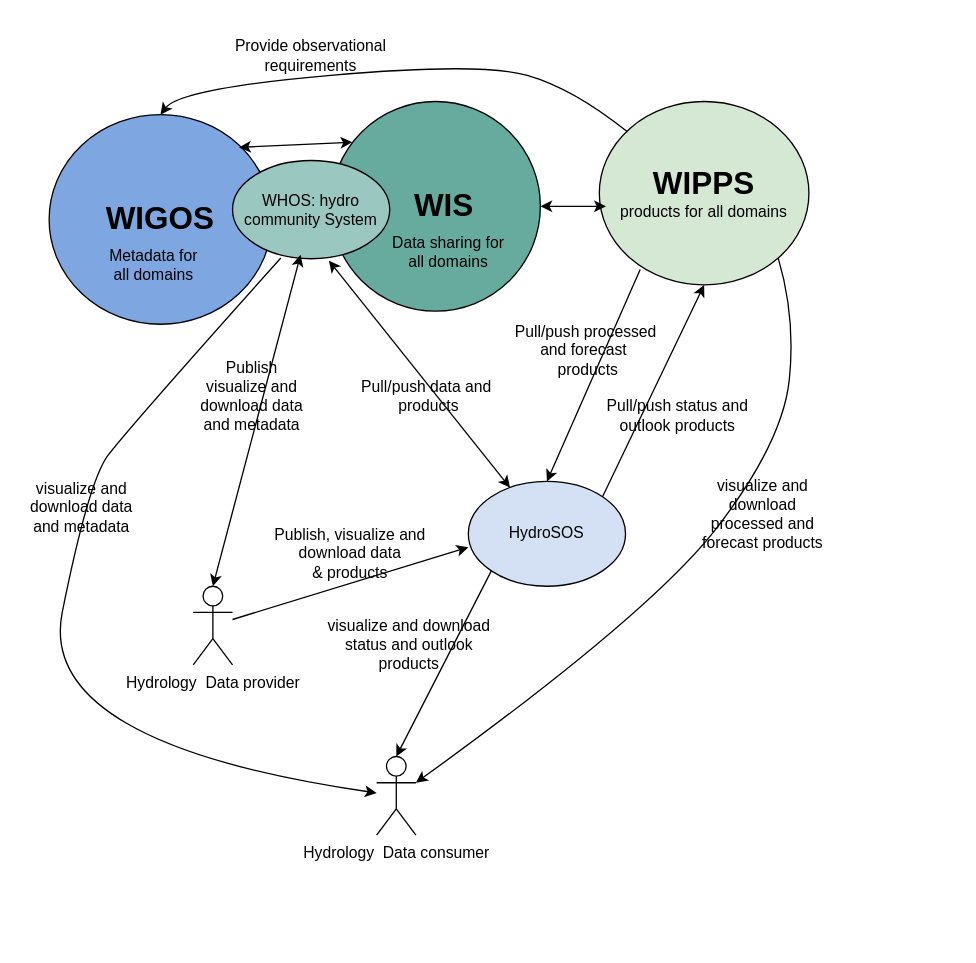
Before: page "WHOS as full part of WMO System_Yirgalem" (1 of 8) of whos-architecture/WHOS New.drawio in wmo-im/tt-w4h, a draw.io diagram. Source tidied: cells renumbered, new cells numbered last; positions are measured from the earlier drawing's top-left corner, leaving out a move shared by most shapes. Both pictures are drawn from the tidied source at 131%, with x=0, y=0 at pixel (22, 22).
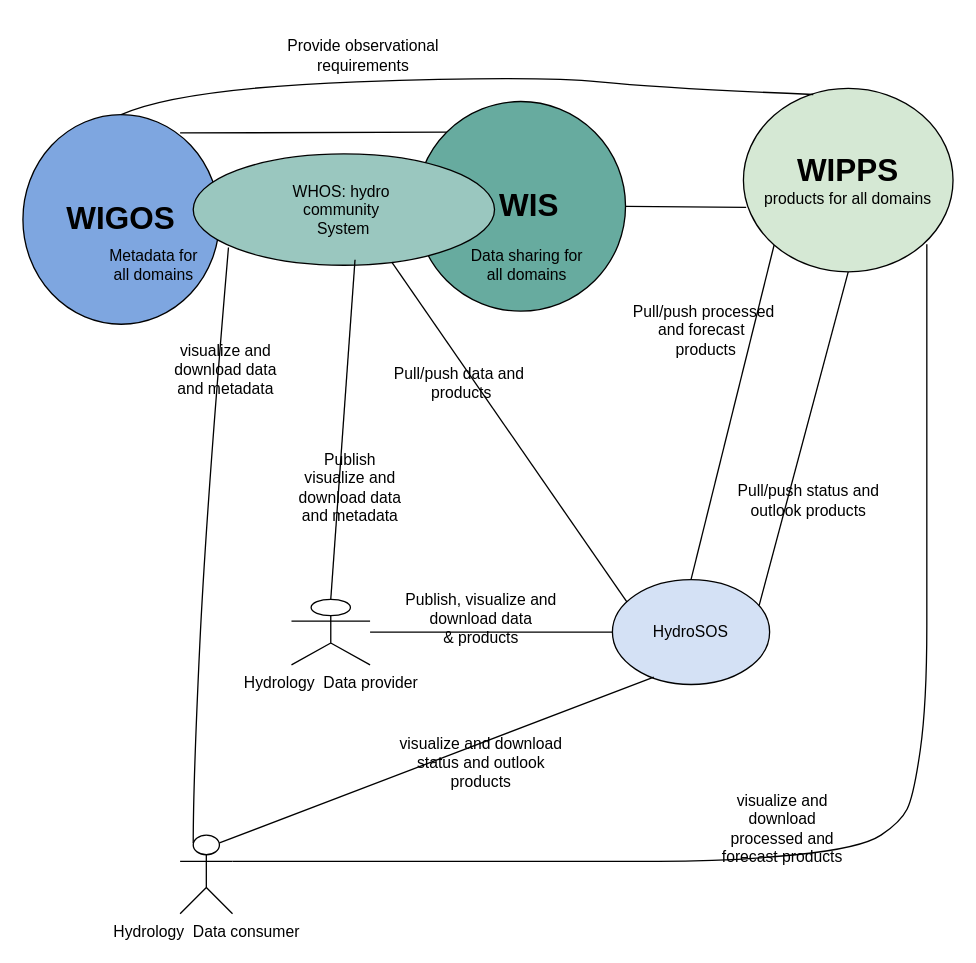
The same diagram, later.

Change to the diagram source:
```diff
@@
     <mxCell id="2" value="&lt;font style=&quot;font-size: 24px;&quot;&gt;&lt;b&gt;WIGOS&lt;/b&gt;&lt;/font&gt;" style="ellipse;whiteSpace=wrap;html=1;fillColor=#7EA6E0;" parent="1" vertex="1">
-      <mxGeometry x="20" y="70" width="170" height="160" as="geometry" />
+      <mxGeometry y="70" width="150" height="160" as="geometry" />
     </mxCell>
     <mxCell id="3" value="&lt;font style=&quot;font-size: 24px;&quot;&gt;&lt;b style=&quot;&quot;&gt;&amp;nbsp; WIS&lt;/b&gt;&lt;/font&gt;&lt;div&gt;&lt;font style=&quot;font-size: 24px;&quot;&gt;&lt;b style=&quot;&quot;&gt;&lt;/b&gt;&lt;/font&gt;&lt;/div&gt;" style="ellipse;whiteSpace=wrap;html=1;fillColor=#67AB9F;" parent="1" vertex="1">
-      <mxGeometry x="235" y="60" width="160" height="160" as="geometry" />
+      <mxGeometry x="300" y="60" width="160" height="160" as="geometry" />
     </mxCell>
     <mxCell id="4" value="&lt;font style=&quot;font-size: 24px;&quot;&gt;&lt;b&gt;WIPPS&lt;/b&gt;&lt;/font&gt;&lt;div&gt;&lt;font style=&quot;font-size: 12px;&quot;&gt;products for all domains&lt;/font&gt;&lt;/div&gt;" style="ellipse;whiteSpace=wrap;html=1;fillColor=#D5E8D4;" parent="1" vertex="1">
-      <mxGeometry x="440" y="60" width="160" height="140" as="geometry" />
+      <mxGeometry x="550" y="50" width="160" height="140" as="geometry" />
     </mxCell>
     <mxCell id="5" value="HydroSOS" style="ellipse;whiteSpace=wrap;html=1;fillColor=#D4E1F5;" parent="1" vertex="1">
-      <mxGeometry x="340" y="350" width="120" height="80" as="geometry" />
+      <mxGeometry x="450" y="425" width="120" height="80" as="geometry" />
     </mxCell>
     <mxCell id="6" value="Hydrology&amp;nbsp; Data consumer" style="shape=umlActor;verticalLabelPosition=bottom;verticalAlign=top;html=1;outlineConnect=0;" parent="1" vertex="1">
-      <mxGeometry x="270" y="560" width="30" height="60" as="geometry" />
+      <mxGeometry x="120" y="620" width="40" height="60" as="geometry" />
     </mxCell>
     <mxCell id="7" value="Hydrology&amp;nbsp; Data provider" style="shape=umlActor;verticalLabelPosition=bottom;verticalAlign=top;html=1;outlineConnect=0;" parent="1" vertex="1">
-      <mxGeometry x="130" y="430" width="30" height="60" as="geometry" />
+      <mxGeometry x="205" y="440" width="60" height="50" as="geometry" />
     </mxCell>
-    <mxCell id="8" style="endArrow=classic;html=1;rounded=0;entryX=0;entryY=0.628;entryDx=0;entryDy=0;entryPerimeter=0;" parent="1" edge="1" source="7" target="5">
+    <mxCell id="8" style="endArrow=none;html=1;rounded=0;entryX=0;entryY=0.5;entryDx=0;entryDy=0;endFill=0;" parent="1" edge="1" source="7" target="5">
       <mxGeometry relative="1" as="geometry" />
     </mxCell>
-    <mxCell id="9" value="WHOS: hydro community System" style="ellipse;whiteSpace=wrap;html=1;fillColor=#9AC7BF;" parent="1" vertex="1">
-      <mxGeometry x="160" y="105" width="120" height="75" as="geometry" />
+    <mxCell id="9" value="WHOS: hydro&amp;nbsp;&lt;div&gt;community&amp;nbsp;&lt;div&gt;System&lt;/div&gt;&lt;/div&gt;" style="ellipse;whiteSpace=wrap;html=1;fillColor=#9AC7BF;" parent="1" vertex="1">
+      <mxGeometry x="130" y="100" width="230" height="85" as="geometry" />
     </mxCell>
@@
     <mxCell id="11" value="Data sharing for all domains" style="text;html=1;whiteSpace=wrap;strokeColor=none;fillColor=none;align=center;verticalAlign=middle;rounded=0;" parent="1" vertex="1">
-      <mxGeometry x="280" y="160" width="90" height="30" as="geometry" />
+      <mxGeometry x="340" y="170" width="90" height="30" as="geometry" />
     </mxCell>
-    <mxCell id="12" style="endArrow=classic;startArrow=classic;html=1;rounded=0;entryX=0.103;entryY=0.194;entryDx=0;entryDy=0;entryPerimeter=0;" parent="1" edge="1" target="3">
+    <mxCell id="12" style="endArrow=none;startArrow=none;html=1;rounded=0;entryX=0;entryY=0;entryDx=0;entryDy=0;endFill=0;startFill=0;" parent="1" edge="1" target="3">
       <mxGeometry relative="1" as="geometry">
-        <mxPoint x="165" y="95" as="sourcePoint" />
+        <mxPoint x="120" y="84" as="sourcePoint" />
       </mxGeometry>
     </mxCell>
-    <mxCell id="13" style="endArrow=classic;startArrow=classic;html=1;rounded=0;exitX=0.5;exitY=0;exitDx=0;exitDy=0;exitPerimeter=0;entryX=0.433;entryY=0.96;entryDx=0;entryDy=0;entryPerimeter=0;" parent="1" edge="1" source="7" target="9">
+    <mxCell id="13" style="endArrow=none;startArrow=none;html=1;rounded=0;entryX=0.537;entryY=0.951;entryDx=0;entryDy=0;entryPerimeter=0;endFill=0;startFill=0;exitX=0.5;exitY=0;exitDx=0;exitDy=0;exitPerimeter=0;" parent="1" edge="1" source="7" target="9">
       <mxGeometry relative="1" as="geometry" />
     </mxCell>
-    <mxCell id="14" style="endArrow=classic;html=1;rounded=0;exitX=0;exitY=1;exitDx=0;exitDy=0;entryX=0.5;entryY=0;entryDx=0;entryDy=0;entryPerimeter=0;" parent="1" edge="1" source="5" target="6">
+    <mxCell id="14" style="endArrow=none;html=1;rounded=0;exitX=0.263;exitY=0.93;exitDx=0;exitDy=0;entryX=0.75;entryY=0.1;entryDx=0;entryDy=0;entryPerimeter=0;endFill=0;exitPerimeter=0;" parent="1" edge="1" source="5" target="6">
       <mxGeometry relative="1" as="geometry" />
     </mxCell>
-    <mxCell id="15" style="endArrow=classic;startArrow=classic;html=1;rounded=0;exitX=0.613;exitY=1.02;exitDx=0;exitDy=0;exitPerimeter=0;" parent="1" edge="1" source="9" target="5">
+    <mxCell id="15" style="endArrow=none;startArrow=none;html=1;rounded=0;exitX=0.659;exitY=0.972;exitDx=0;exitDy=0;exitPerimeter=0;entryX=0.093;entryY=0.215;entryDx=0;entryDy=0;entryPerimeter=0;startFill=0;endFill=0;" parent="1" edge="1" source="9" target="5">
       <mxGeometry relative="1" as="geometry" />
     </mxCell>
     <mxCell id="16" value="Publish visualize and download data and metadata" style="text;html=1;whiteSpace=wrap;strokeColor=none;fillColor=none;align=center;verticalAlign=middle;rounded=0;" parent="1" vertex="1">
-      <mxGeometry x="130" y="260" width="90" height="50" as="geometry" />
+      <mxGeometry x="205" y="330" width="90" height="50" as="geometry" />
     </mxCell>
     <mxCell id="17" value="visualize and download data and metadata" style="text;html=1;whiteSpace=wrap;strokeColor=none;fillColor=none;align=center;verticalAlign=middle;rounded=0;" parent="1" vertex="1">
-      <mxGeometry y="345" width="90" height="50" as="geometry" />
+      <mxGeometry x="110" y="240" width="90" height="50" as="geometry" />
     </mxCell>
     <mxCell id="18" value="Publish, visualize and download data &amp;amp;&amp;nbsp;products" style="text;html=1;whiteSpace=wrap;strokeColor=none;fillColor=none;align=center;verticalAlign=middle;rounded=0;" parent="1" vertex="1">
-      <mxGeometry x="190" y="380" width="120" height="50" as="geometry" />
+      <mxGeometry x="290" y="430" width="120" height="50" as="geometry" />
     </mxCell>
     <mxCell id="19" value="Pull/push data and&amp;nbsp; products" style="text;html=1;whiteSpace=wrap;strokeColor=none;fillColor=none;align=center;verticalAlign=middle;rounded=0;" parent="1" vertex="1">
-      <mxGeometry x="250" y="260" width="120" height="50" as="geometry" />
+      <mxGeometry x="275" y="250" width="120" height="50" as="geometry" />
     </mxCell>
     <mxCell id="20" value="Pull/push processed and forecast&amp;nbsp; &amp;nbsp;products" style="text;html=1;whiteSpace=wrap;strokeColor=none;fillColor=none;align=center;verticalAlign=middle;rounded=0;" parent="1" vertex="1">
-      <mxGeometry x="370" y="225" width="120" height="50" as="geometry" />
+      <mxGeometry x="460" y="210" width="120" height="50" as="geometry" />
     </mxCell>
-    <mxCell id="21" style="curved=1;endArrow=classic;html=1;rounded=0;entryX=0.5;entryY=0;entryDx=0;entryDy=0;" parent="1" edge="1" source="4" target="2">
+    <mxCell id="21" style="curved=1;endArrow=none;html=1;rounded=0;entryX=0.5;entryY=0;entryDx=0;entryDy=0;exitX=0.333;exitY=0.033;exitDx=0;exitDy=0;exitPerimeter=0;endFill=0;" parent="1" edge="1" source="4" target="2">
       <mxGeometry relative="1" as="geometry">
         <Array as="points">
-          <mxPoint x="420" y="50" />
-          <mxPoint x="350" y="30" />
+          <mxPoint x="490" y="50" />
+          <mxPoint x="390" y="40" />
           <mxPoint x="120" y="50" />
         </Array>
       </mxGeometry>
     </mxCell>
-    <mxCell id="22" style="curved=1;endArrow=classic;html=1;rounded=0;exitX=1;exitY=1;exitDx=0;exitDy=0;entryX=1;entryY=0.3333333333333333;entryDx=0;entryDy=0;entryPerimeter=0;" parent="1" edge="1" source="4" target="6">
+    <mxCell id="22" style="curved=1;endArrow=none;html=1;rounded=0;entryX=1;entryY=0.3333333333333333;entryDx=0;entryDy=0;entryPerimeter=0;endFill=0;" parent="1" edge="1" target="6">
       <mxGeometry relative="1" as="geometry">
+        <mxPoint x="690" y="169" as="sourcePoint" />
         <Array as="points">
-          <mxPoint x="590" y="225" />
-          <mxPoint x="580" y="320" />
-          <mxPoint x="480" y="450" />
+          <mxPoint x="690" y="330" />
+          <mxPoint x="690" y="400" />
+          <mxPoint x="690" y="520" />
+          <mxPoint x="680" y="590" />
+          <mxPoint x="670" y="610" />
+          <mxPoint x="640" y="630" />
+          <mxPoint x="540" y="640" />
+          <mxPoint x="430" y="640" />
         </Array>
       </mxGeometry>
     </mxCell>
-    <mxCell id="23" value="visualize and download processed and forecast products" style="text;html=1;whiteSpace=wrap;strokeColor=none;fillColor=none;align=center;verticalAlign=middle;rounded=0;" parent="1" vertex="1">
-      <mxGeometry x="510" y="350" width="110" height="50" as="geometry" />
-    </mxCell>
     <mxCell id="24" value="visualize and download status and outlook products" style="text;html=1;whiteSpace=wrap;strokeColor=none;fillColor=none;align=center;verticalAlign=middle;rounded=0;" parent="1" vertex="1">
-      <mxGeometry x="230" y="450" width="130" height="50" as="geometry" />
+      <mxGeometry x="285" y="540" width="130" height="50" as="geometry" />
     </mxCell>
     <mxCell id="25" value="Provide observational requirements" style="text;html=1;whiteSpace=wrap;strokeColor=none;fillColor=none;align=center;verticalAlign=middle;rounded=0;" parent="1" vertex="1">
-      <mxGeometry x="130" width="180" height="50" as="geometry" />
+      <mxGeometry x="170" width="180" height="50" as="geometry" />
     </mxCell>
-    <mxCell id="26" style="endArrow=classic;startArrow=classic;html=1;rounded=0;" parent="1" edge="1" source="3">
-      <mxGeometry relative="1" as="geometry">
-        <mxPoint x="445" y="140" as="targetPoint" />
-      </mxGeometry>
-    </mxCell>
-    <mxCell id="27" style="endArrow=classic;html=1;rounded=0;entryX=0.5;entryY=0;entryDx=0;entryDy=0;exitX=0.195;exitY=0.916;exitDx=0;exitDy=0;exitPerimeter=0;" parent="1" edge="1" source="4" target="5">
+    <mxCell id="27" style="endArrow=none;html=1;rounded=0;entryX=0.5;entryY=0;entryDx=0;entryDy=0;exitX=0;exitY=1;exitDx=0;exitDy=0;endFill=0;" parent="1" edge="1" source="4" target="5">
       <mxGeometry relative="1" as="geometry" />
     </mxCell>
-    <mxCell id="28" style="endArrow=classic;html=1;rounded=0;entryX=0.5;entryY=1;entryDx=0;entryDy=0;exitX=1;exitY=0;exitDx=0;exitDy=0;" parent="1" edge="1" source="5" target="4">
+    <mxCell id="28" style="endArrow=none;html=1;rounded=0;entryX=0.5;entryY=1;entryDx=0;entryDy=0;endFill=0;exitX=0.933;exitY=0.248;exitDx=0;exitDy=0;exitPerimeter=0;" parent="1" edge="1" source="5" target="4">
       <mxGeometry relative="1" as="geometry" />
     </mxCell>
     <mxCell id="29" value="Pull/push status and outlook products" style="text;html=1;whiteSpace=wrap;strokeColor=none;fillColor=none;align=center;verticalAlign=middle;rounded=0;" parent="1" vertex="1">
-      <mxGeometry x="440" y="275" width="120" height="50" as="geometry" />
+      <mxGeometry x="540" y="340" width="120" height="50" as="geometry" />
     </mxCell>
-    <mxCell id="30" style="curved=1;endArrow=classic;html=1;rounded=0;exitX=0.307;exitY=0.992;exitDx=0;exitDy=0;exitPerimeter=0;" parent="1" edge="1" source="9" target="6">
+    <mxCell id="30" style="curved=1;endArrow=none;html=1;rounded=0;exitX=0.117;exitY=0.84;exitDx=0;exitDy=0;entryX=0.25;entryY=0.1;entryDx=0;entryDy=0;entryPerimeter=0;endFill=0;exitPerimeter=0;" parent="1" edge="1" source="9" target="6">
       <mxGeometry relative="1" as="geometry">
         <Array as="points">
-          <mxPoint x="80" y="310" />
-          <mxPoint x="50" y="350" />
-          <mxPoint x="10" y="550" />
+          <mxPoint x="140" y="370" />
+          <mxPoint x="130" y="580" />
         </Array>
       </mxGeometry>
     </mxCell>
+    <mxCell id="31" style="endArrow=none;html=1;rounded=0;entryX=0.013;entryY=0.69;entryDx=0;entryDy=0;entryPerimeter=0;exitX=1;exitY=0.5;exitDx=0;exitDy=0;" parent="1" edge="1" source="3">
+      <mxGeometry relative="1" as="geometry">
+        <mxPoint x="552.1" y="140.8" as="targetPoint" />
+      </mxGeometry>
+    </mxCell>
+    <mxCell id="23" value="visualize and download processed and forecast products" style="text;html=1;whiteSpace=wrap;strokeColor=none;fillColor=none;align=center;verticalAlign=middle;rounded=0;" parent="1" vertex="1">
+      <mxGeometry x="530" y="600" width="100" height="30" as="geometry" />
+    </mxCell>
```
